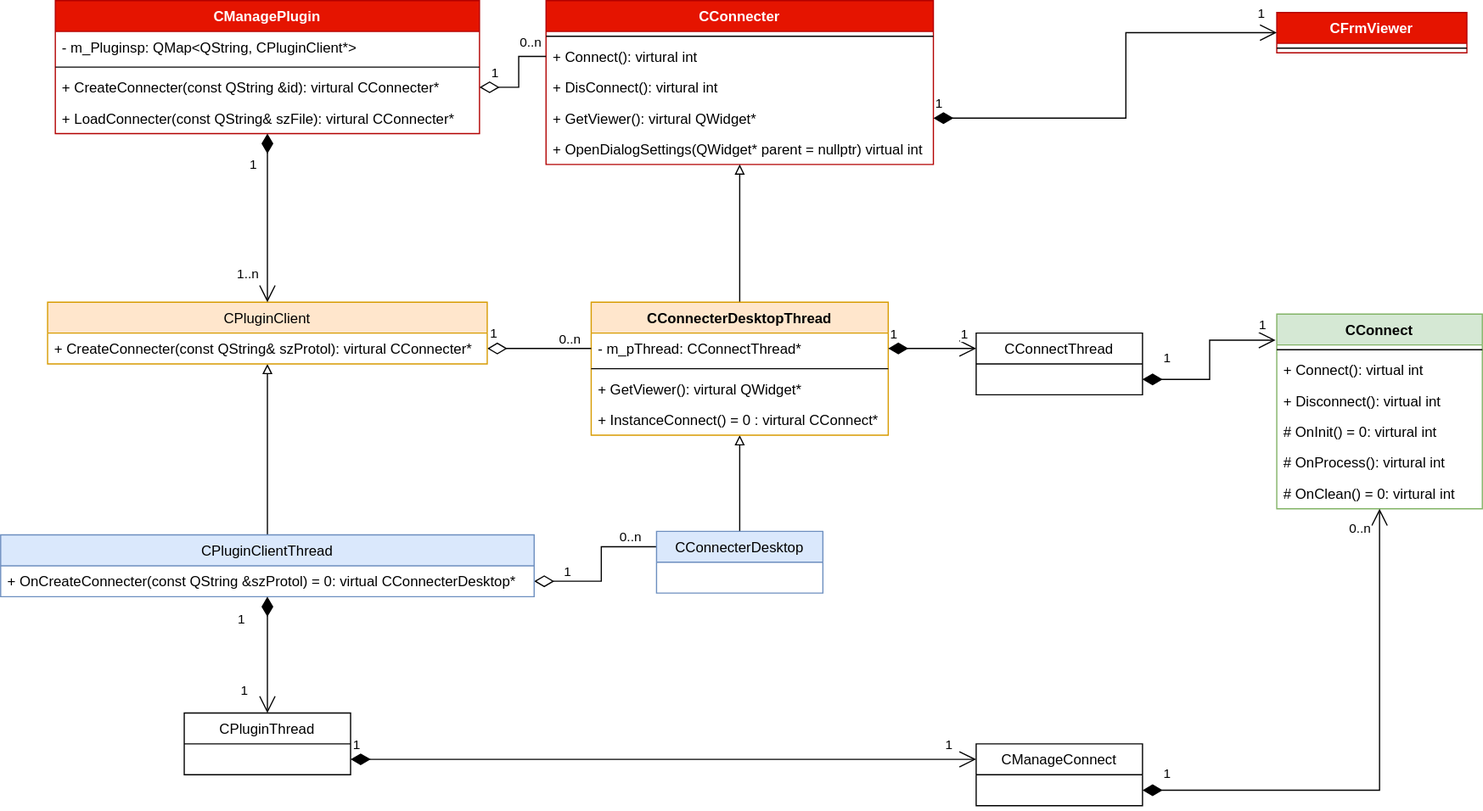
Above: docs/Image/PluginClientAPI.svg in KangLin/RabbitRemoteControl (draw.io), before the change. Source tidied: cells renumbered, new cells last; positions are measured from the earlier drawing's top-left corner, leaving out a move shared by most shapes. Source of this version:
```xml
<mxGraphModel>
  <root>
    <mxCell id="0" />
    <mxCell id="1" parent="0" />
    <mxCell id="2" value="CManagePlugin" style="swimlane;fontStyle=1;align=center;verticalAlign=top;horizontal=1;startSize=26;fillColor=#e51400;fontColor=#ffffff;strokeColor=#B20000;" parent="1" vertex="1">
      <mxGeometry x="46" width="357" height="112" as="geometry" />
    </mxCell>
    <mxCell id="3" value="- m_Pluginsp: QMap&lt;QString, CPluginViewer*&gt;" style="text;strokeColor=none;fillColor=none;align=left;verticalAlign=top;spacingLeft=4;spacingRight=4;overflow=hidden;" parent="2" vertex="1">
      <mxGeometry y="26" width="357" height="26" as="geometry" />
    </mxCell>
    <mxCell id="4" style="line;strokeWidth=1;fillColor=none;align=left;verticalAlign=middle;spacingTop=-1;spacingLeft=3;spacingRight=3;labelPosition=right;" parent="2" vertex="1">
      <mxGeometry y="52" width="357" height="8" as="geometry" />
    </mxCell>
    <mxCell id="5" value="+ CreateConnecter(const QString &amp;id): virtural  CConnecter*" style="text;strokeColor=none;fillColor=none;align=left;verticalAlign=top;spacingLeft=4;spacingRight=4;overflow=hidden;points=[[0,0.5],[1,0.5]];portConstraint=eastwest;" parent="2" vertex="1">
      <mxGeometry y="60" width="357" height="26" as="geometry" />
    </mxCell>
    <mxCell id="6" value="+ LoadConnecter(const QString&amp; szFile): virtural  CConnecter*" style="text;strokeColor=none;fillColor=none;align=left;verticalAlign=top;spacingLeft=4;spacingRight=4;overflow=hidden;" parent="2" vertex="1">
      <mxGeometry y="86" width="357" height="26" as="geometry" />
    </mxCell>
    <mxCell id="7" value="CConnecter" style="swimlane;fontStyle=1;align=center;verticalAlign=top;horizontal=1;startSize=26;fillColor=#e51400;fontColor=#ffffff;strokeColor=#B20000;" parent="1" vertex="1">
      <mxGeometry x="459" width="326" height="138" as="geometry" />
    </mxCell>
    <mxCell id="8" style="line;strokeWidth=1;fillColor=none;align=left;verticalAlign=middle;spacingTop=-1;spacingLeft=3;spacingRight=3;labelPosition=right;" parent="7" vertex="1">
      <mxGeometry y="26" width="326" height="8" as="geometry" />
    </mxCell>
    <mxCell id="9" value="+ Connect(): virtural int" style="text;strokeColor=none;fillColor=none;align=left;verticalAlign=top;spacingLeft=4;spacingRight=4;overflow=hidden;points=[[0,0.5],[1,0.5]];portConstraint=eastwest;" parent="7" vertex="1">
      <mxGeometry y="34" width="326" height="26" as="geometry" />
    </mxCell>
    <mxCell id="10" value="+ DisConnect(): virtural  int" style="text;strokeColor=none;fillColor=none;align=left;verticalAlign=top;spacingLeft=4;spacingRight=4;overflow=hidden;" parent="7" vertex="1">
      <mxGeometry y="60" width="326" height="26" as="geometry" />
    </mxCell>
    <mxCell id="11" value="+ GetViewer(): virtural  QWidget*" style="text;strokeColor=none;fillColor=none;align=left;verticalAlign=top;spacingLeft=4;spacingRight=4;overflow=hidden;points=[[0,0.5],[1,0.5]];portConstraint=eastwest;" parent="7" vertex="1">
      <mxGeometry y="86" width="326" height="26" as="geometry" />
    </mxCell>
    <mxCell id="12" value="+ OpenDialogSettings(QWidget* parent = nullptr) virtual int" style="text;strokeColor=none;fillColor=none;align=left;verticalAlign=top;spacingLeft=4;spacingRight=4;overflow=hidden;" parent="7" vertex="1">
      <mxGeometry y="112" width="326" height="26" as="geometry" />
    </mxCell>
    <mxCell id="13" style="edgeStyle=orthogonalEdgeStyle;rounded=0;jettySize=auto;html=1;entryX=0.5;entryY=1;entryDx=0;entryDy=0;endArrow=block;endFill=0;" parent="1" edge="1" source="15" target="7">
      <mxGeometry relative="1" as="geometry" />
    </mxCell>
    <mxCell id="14" style="edgeStyle=orthogonalEdgeStyle;rounded=0;jettySize=auto;html=1;entryX=0.5;entryY=0;entryDx=0;entryDy=0;startArrow=block;startFill=0;endArrow=none;endFill=0;" parent="1" edge="1" source="15" target="41">
      <mxGeometry relative="1" as="geometry" />
    </mxCell>
    <mxCell id="15" value="CConnecterDesktopThread&#10;" style="swimlane;fontStyle=1;align=center;verticalAlign=top;horizontal=1;startSize=26;fillColor=#ffe6cc;strokeColor=#d79b00;" parent="1" vertex="1">
      <mxGeometry x="497" y="254" width="250" height="112" as="geometry" />
    </mxCell>
    <mxCell id="16" value="- m_pThread: CConnectThread*" style="text;strokeColor=none;fillColor=none;align=left;verticalAlign=top;spacingLeft=4;spacingRight=4;overflow=hidden;points=[[0,0.5],[1,0.5]];portConstraint=eastwest;" parent="15" vertex="1">
      <mxGeometry y="26" width="250" height="26" as="geometry" />
    </mxCell>
    <mxCell id="17" style="line;strokeWidth=1;fillColor=none;align=left;verticalAlign=middle;spacingTop=-1;spacingLeft=3;spacingRight=3;labelPosition=right;" parent="15" vertex="1">
      <mxGeometry y="52" width="250" height="8" as="geometry" />
    </mxCell>
    <mxCell id="18" value="+ GetViewer(): virtural QWidget*" style="text;strokeColor=none;fillColor=none;align=left;verticalAlign=top;spacingLeft=4;spacingRight=4;overflow=hidden;" parent="15" vertex="1">
      <mxGeometry y="60" width="250" height="26" as="geometry" />
    </mxCell>
    <mxCell id="19" value="+ InstanceConnect() = 0 : virtural CConnect*" style="text;strokeColor=none;fillColor=none;align=left;verticalAlign=top;spacingLeft=4;spacingRight=4;overflow=hidden;" parent="15" vertex="1">
      <mxGeometry y="86" width="250" height="26" as="geometry" />
    </mxCell>
    <mxCell id="20" value="CFrmViewer" style="swimlane;fontStyle=1;align=center;verticalAlign=top;horizontal=1;startSize=26;fillColor=#e51400;fontColor=#ffffff;strokeColor=#B20000;" parent="1" vertex="1">
      <mxGeometry x="1074" y="10" width="160" height="34" as="geometry" />
    </mxCell>
    <mxCell id="21" style="line;strokeWidth=1;fillColor=none;align=left;verticalAlign=middle;spacingTop=-1;spacingLeft=3;spacingRight=3;labelPosition=right;" parent="20" vertex="1">
      <mxGeometry y="26" width="160" height="8" as="geometry" />
    </mxCell>
    <mxCell id="22" value="CConnect" style="swimlane;fontStyle=1;align=center;verticalAlign=top;horizontal=1;startSize=26;fillColor=#d5e8d4;strokeColor=#82b366;" parent="1" vertex="1">
      <mxGeometry x="1074" y="264" width="173" height="164" as="geometry" />
    </mxCell>
    <mxCell id="23" style="line;strokeWidth=1;fillColor=none;align=left;verticalAlign=middle;spacingTop=-1;spacingLeft=3;spacingRight=3;labelPosition=right;" parent="22" vertex="1">
      <mxGeometry y="26" width="173" height="8" as="geometry" />
    </mxCell>
    <mxCell id="24" value="+ Connect():  virtual int" style="text;strokeColor=none;fillColor=none;align=left;verticalAlign=top;spacingLeft=4;spacingRight=4;overflow=hidden;" parent="22" vertex="1">
      <mxGeometry y="34" width="173" height="26" as="geometry" />
    </mxCell>
    <mxCell id="25" value="+ Disconnect():  virtual int" style="text;strokeColor=none;fillColor=none;align=left;verticalAlign=top;spacingLeft=4;spacingRight=4;overflow=hidden;" parent="22" vertex="1">
      <mxGeometry y="60" width="173" height="26" as="geometry" />
    </mxCell>
    <mxCell id="26" value="# OnInit() = 0: virtural  int" style="text;strokeColor=none;fillColor=none;align=left;verticalAlign=top;spacingLeft=4;spacingRight=4;overflow=hidden;" parent="22" vertex="1">
      <mxGeometry y="86" width="173" height="26" as="geometry" />
    </mxCell>
    <mxCell id="27" value="# OnProcess(): virtural  int" style="text;strokeColor=none;fillColor=none;align=left;verticalAlign=top;spacingLeft=4;spacingRight=4;overflow=hidden;" parent="22" vertex="1">
      <mxGeometry y="112" width="173" height="26" as="geometry" />
    </mxCell>
    <mxCell id="28" value="# OnClean() = 0: virtural int" style="text;strokeColor=none;fillColor=none;align=left;verticalAlign=top;spacingLeft=4;spacingRight=4;overflow=hidden;" parent="22" vertex="1">
      <mxGeometry y="138" width="173" height="26" as="geometry" />
    </mxCell>
    <mxCell id="29" style="edgeStyle=orthogonalEdgeStyle;rounded=0;jettySize=auto;html=1;startArrow=diamondThin;startFill=0;endArrow=none;endFill=0;exitX=1;exitY=0.5;exitDx=0;exitDy=0;startSize=14;entryX=0;entryY=0.5;entryDx=0;entryDy=0;" parent="1" edge="1" source="34" target="16">
      <mxGeometry relative="1" as="geometry">
        <Array as="points">
          <mxPoint x="467" y="293" />
          <mxPoint x="467" y="293" />
        </Array>
      </mxGeometry>
    </mxCell>
    <mxCell id="30" value="&lt;div&gt;1&lt;/div&gt;" style="edgeLabel;html=1;align=center;verticalAlign=middle;" parent="29" vertex="1">
      <mxGeometry x="-0.89" y="1" relative="1" as="geometry">
        <mxPoint y="-13" as="offset" />
      </mxGeometry>
    </mxCell>
    <mxCell id="31" value="0..n" style="edgeLabel;html=1;align=center;verticalAlign=middle;" parent="29" vertex="1">
      <mxGeometry x="0.87" y="1" relative="1" as="geometry">
        <mxPoint x="-13" y="-8" as="offset" />
      </mxGeometry>
    </mxCell>
    <mxCell id="32" style="edgeStyle=orthogonalEdgeStyle;rounded=0;jettySize=auto;html=1;entryX=0.5;entryY=0;entryDx=0;entryDy=0;endArrow=none;endFill=0;startArrow=block;startFill=0;" parent="1" edge="1" source="33" target="39">
      <mxGeometry relative="1" as="geometry" />
    </mxCell>
    <mxCell id="33" value="CPluginViewer" style="swimlane;fontStyle=0;horizontal=1;startSize=26;fillColor=#ffe6cc;strokeColor=#d79b00;" parent="1" vertex="1">
      <mxGeometry x="39.5" y="254" width="370" height="52" as="geometry" />
    </mxCell>
    <mxCell id="34" value="+ CreateConnecter(const QString&amp; szProtol): virtural CConnecter*&#10;" style="text;strokeColor=none;fillColor=none;align=left;verticalAlign=top;spacingLeft=4;spacingRight=4;overflow=hidden;points=[[0,0.5],[1,0.5]];portConstraint=eastwest;" parent="33" vertex="1">
      <mxGeometry y="26" width="370" height="26" as="geometry" />
    </mxCell>
    <mxCell id="35" value="CConnectThread" style="swimlane;fontStyle=0;horizontal=1;startSize=26;fillColor=none;" parent="1" vertex="1">
      <mxGeometry x="821" y="280" width="140" height="52" as="geometry" />
    </mxCell>
    <mxCell id="36" style="edgeStyle=orthogonalEdgeStyle;rounded=0;jettySize=auto;html=1;entryX=0;entryY=0.25;entryDx=0;entryDy=0;startArrow=diamondThin;startFill=0;endArrow=none;endFill=0;exitX=1;exitY=0.5;exitDx=0;exitDy=0;startSize=14;endSize=12;" parent="1" edge="1" source="40" target="41">
      <mxGeometry relative="1" as="geometry" />
    </mxCell>
    <mxCell id="37" value="1" style="edgeLabel;html=1;align=center;verticalAlign=middle;" parent="36" vertex="1">
      <mxGeometry x="-0.68" y="1" relative="1" as="geometry">
        <mxPoint x="6" y="-8" as="offset" />
      </mxGeometry>
    </mxCell>
    <mxCell id="38" value="0..n" style="edgeLabel;html=1;align=center;verticalAlign=middle;" parent="36" vertex="1">
      <mxGeometry x="0.8" relative="1" as="geometry">
        <mxPoint x="-10" y="-9" as="offset" />
      </mxGeometry>
    </mxCell>
    <mxCell id="39" value="CPluginViewerThread" style="swimlane;fontStyle=0;horizontal=1;startSize=26;fillColor=#dae8fc;strokeColor=#6c8ebf;" parent="1" vertex="1">
      <mxGeometry y="450" width="449" height="52" as="geometry" />
    </mxCell>
    <mxCell id="40" value="+ OnCreateConnecter(const QString &amp;szProtol) = 0: virtual CConnecterDesktop* " style="text;strokeColor=none;fillColor=none;align=left;verticalAlign=top;spacingLeft=4;spacingRight=4;overflow=hidden;points=[[0,0.5],[1,0.5]];portConstraint=eastwest;" parent="39" vertex="1">
      <mxGeometry y="26" width="449" height="26" as="geometry" />
    </mxCell>
    <mxCell id="41" value="CConnecterDesktop" style="swimlane;fontStyle=0;horizontal=1;startSize=26;fillColor=#dae8fc;strokeColor=#6c8ebf;" parent="1" vertex="1">
      <mxGeometry x="552" y="447" width="140" height="52" as="geometry" />
    </mxCell>
    <mxCell id="42" value="CPluginThread" style="swimlane;fontStyle=0;horizontal=1;startSize=26;fillColor=none;" parent="1" vertex="1">
      <mxGeometry x="154.5" y="600" width="140" height="52" as="geometry" />
    </mxCell>
    <mxCell id="43" value="CManageConnect" style="swimlane;fontStyle=0;horizontal=1;startSize=26;fillColor=none;" parent="1" vertex="1">
      <mxGeometry x="821" y="626" width="140" height="52" as="geometry" />
    </mxCell>
    <mxCell id="44" style="edgeStyle=orthogonalEdgeStyle;rounded=0;jettySize=auto;html=1;entryX=0;entryY=0.5;entryDx=0;entryDy=0;endArrow=none;endFill=0;startArrow=diamondThin;startFill=0;startSize=14;endSize=12;" parent="1" edge="1" source="5" target="9">
      <mxGeometry relative="1" as="geometry" />
    </mxCell>
    <mxCell id="45" value="1" style="edgeLabel;html=1;align=center;verticalAlign=middle;" parent="44" vertex="1">
      <mxGeometry x="-0.7" relative="1" as="geometry">
        <mxPoint y="-13" as="offset" />
      </mxGeometry>
    </mxCell>
    <mxCell id="46" value="0..n" style="edgeLabel;html=1;align=center;verticalAlign=middle;" parent="44" vertex="1">
      <mxGeometry x="0.74" relative="1" as="geometry">
        <mxPoint x="-3" y="-13" as="offset" />
      </mxGeometry>
    </mxCell>
    <mxCell id="47" value="1" style="endArrow=open;html=1;endSize=12;startArrow=diamondThin;startSize=14;startFill=1;edgeStyle=orthogonalEdgeStyle;align=left;verticalAlign=bottom;rounded=0;exitX=1;exitY=0.5;exitDx=0;exitDy=0;entryX=0;entryY=0.25;entryDx=0;entryDy=0;" parent="1" edge="1" source="16" target="35">
      <mxGeometry x="-1" y="3" relative="1" as="geometry" />
    </mxCell>
    <mxCell id="48" value="1" style="edgeLabel;html=1;align=center;verticalAlign=middle;" parent="47" vertex="1">
      <mxGeometry x="0.71" y="-1" relative="1" as="geometry">
        <mxPoint y="-14" as="offset" />
      </mxGeometry>
    </mxCell>
    <mxCell id="49" value="1" style="endArrow=open;html=1;endSize=12;startArrow=diamondThin;startSize=14;startFill=1;edgeStyle=orthogonalEdgeStyle;align=left;verticalAlign=bottom;rounded=0;exitX=1;exitY=0.75;exitDx=0;exitDy=0;" parent="1" edge="1" source="43" target="22">
      <mxGeometry x="-0.93" y="5" relative="1" as="geometry" />
    </mxCell>
    <mxCell id="50" value="&lt;div&gt;0..n&lt;/div&gt;" style="edgeLabel;html=1;align=center;verticalAlign=middle;" parent="49" vertex="1">
      <mxGeometry x="0.93" y="1" relative="1" as="geometry">
        <mxPoint x="-16" as="offset" />
      </mxGeometry>
    </mxCell>
    <mxCell id="51" value="1" style="endArrow=open;html=1;endSize=12;startArrow=diamondThin;startSize=14;startFill=1;edgeStyle=orthogonalEdgeStyle;align=left;verticalAlign=bottom;rounded=0;exitX=1;exitY=0.75;exitDx=0;exitDy=0;entryX=-0.006;entryY=0.134;entryDx=0;entryDy=0;entryPerimeter=0;" parent="1" edge="1" source="35" target="22">
      <mxGeometry x="-0.78" y="9" relative="1" as="geometry" />
    </mxCell>
    <mxCell id="52" value="1" style="edgeLabel;html=1;align=center;verticalAlign=middle;" parent="51" vertex="1">
      <mxGeometry x="0.83" y="-2" relative="1" as="geometry">
        <mxPoint y="-15" as="offset" />
      </mxGeometry>
    </mxCell>
    <mxCell id="53" value="1" style="endArrow=open;html=1;endSize=12;startArrow=diamondThin;startSize=14;startFill=1;edgeStyle=orthogonalEdgeStyle;align=left;verticalAlign=bottom;rounded=0;exitX=1;exitY=0.5;exitDx=0;exitDy=0;entryX=0;entryY=0.5;entryDx=0;entryDy=0;" parent="1" edge="1" source="11" target="20">
      <mxGeometry x="-1" y="3" relative="1" as="geometry">
        <Array as="points">
          <mxPoint x="947" y="99" />
          <mxPoint x="947" y="27" />
        </Array>
      </mxGeometry>
    </mxCell>
    <mxCell id="54" value="1" style="edgeLabel;html=1;align=center;verticalAlign=middle;" parent="53" vertex="1">
      <mxGeometry x="0.92" relative="1" as="geometry">
        <mxPoint y="-17" as="offset" />
      </mxGeometry>
    </mxCell>
    <mxCell id="55" value="1" style="endArrow=open;html=1;endSize=12;startArrow=diamondThin;startSize=14;startFill=1;edgeStyle=orthogonalEdgeStyle;align=left;verticalAlign=bottom;rounded=0;exitX=1;exitY=0.75;exitDx=0;exitDy=0;entryX=0;entryY=0.25;entryDx=0;entryDy=0;" parent="1" edge="1" source="42" target="43">
      <mxGeometry x="-1" y="3" relative="1" as="geometry" />
    </mxCell>
    <mxCell id="56" value="1" style="edgeLabel;html=1;align=center;verticalAlign=middle;" parent="55" vertex="1">
      <mxGeometry x="0.91" y="-1" relative="1" as="geometry">
        <mxPoint y="-14" as="offset" />
      </mxGeometry>
    </mxCell>
    <mxCell id="57" value="1" style="endArrow=open;html=1;endSize=12;startArrow=diamondThin;startSize=14;startFill=1;edgeStyle=orthogonalEdgeStyle;align=left;verticalAlign=bottom;rounded=0;entryX=0.5;entryY=0;entryDx=0;entryDy=0;" parent="1" edge="1" source="39" target="42">
      <mxGeometry x="-0.43" y="-27" relative="1" as="geometry" />
    </mxCell>
    <mxCell id="58" value="1" style="edgeLabel;html=1;align=center;verticalAlign=middle;" parent="57" vertex="1">
      <mxGeometry x="0.77" y="-1" relative="1" as="geometry">
        <mxPoint x="-19" y="-9" as="offset" />
      </mxGeometry>
    </mxCell>
    <mxCell id="59" value="1" style="endArrow=open;html=1;endSize=12;startArrow=diamondThin;startSize=14;startFill=1;edgeStyle=orthogonalEdgeStyle;align=left;verticalAlign=bottom;rounded=0;exitX=0.5;exitY=1;exitDx=0;exitDy=0;entryX=0.5;entryY=0;entryDx=0;entryDy=0;" parent="1" edge="1" source="2" target="33">
      <mxGeometry x="-0.5" y="-17" relative="1" as="geometry" />
    </mxCell>
    <mxCell id="60" value="1..n" style="edgeLabel;html=1;align=center;verticalAlign=middle;" parent="59" vertex="1">
      <mxGeometry x="0.65" relative="1" as="geometry">
        <mxPoint x="-17" as="offset" />
      </mxGeometry>
    </mxCell>
  </root>
</mxGraphModel>
```
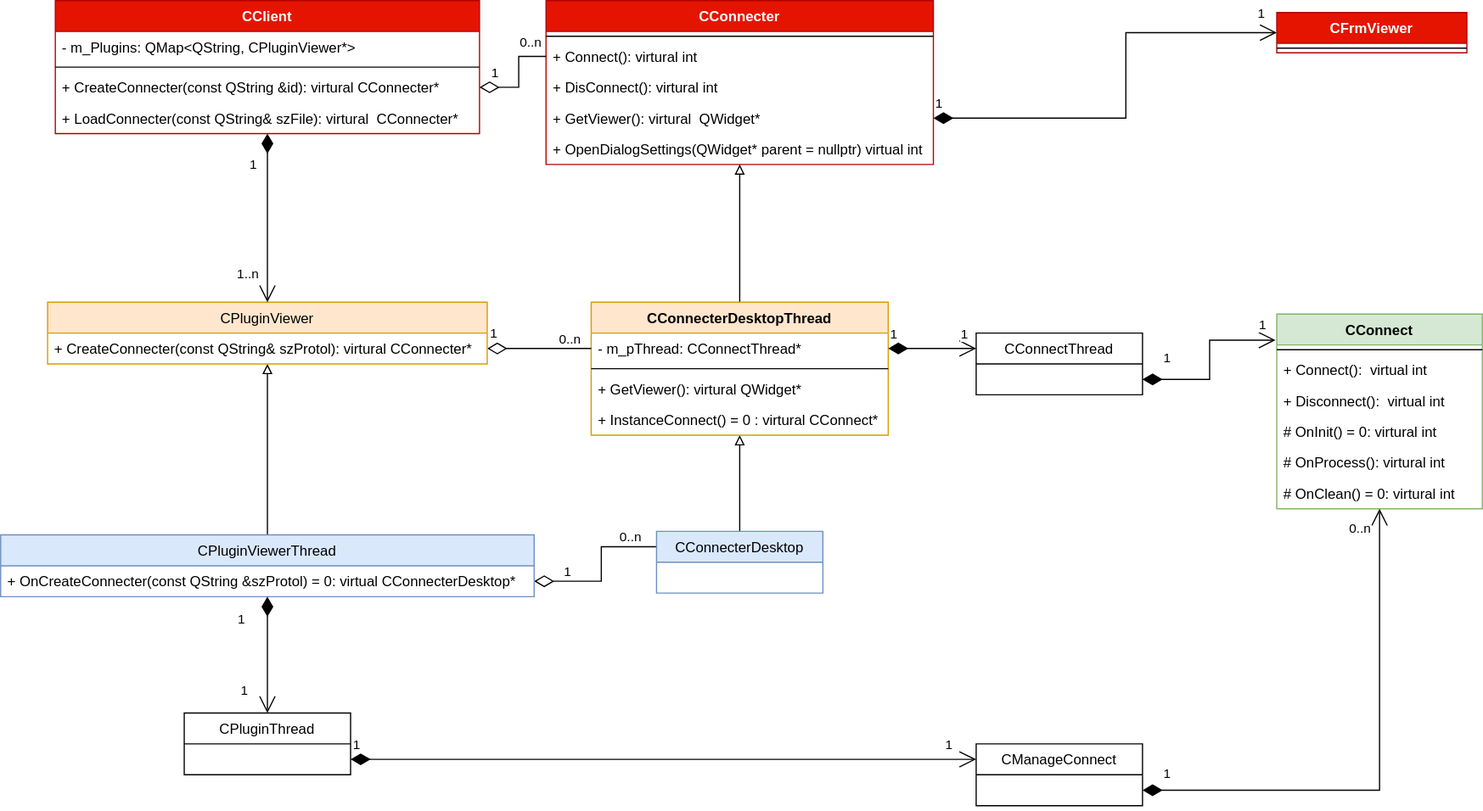
After the commit.

Diff of the diagram source:
```diff
@@ -2,10 +2,10 @@
   <root>
     <mxCell id="0" />
     <mxCell id="1" parent="0" />
-    <mxCell id="2" value="CManagePlugin" style="swimlane;fontStyle=1;align=center;verticalAlign=top;horizontal=1;startSize=26;fillColor=#e51400;fontColor=#ffffff;strokeColor=#B20000;" parent="1" vertex="1">
+    <mxCell id="2" value="CClient" style="swimlane;fontStyle=1;align=center;verticalAlign=top;horizontal=1;startSize=26;fillColor=#e51400;fontColor=#ffffff;strokeColor=#B20000;" parent="1" vertex="1">
       <mxGeometry x="46" width="357" height="112" as="geometry" />
     </mxCell>
-    <mxCell id="3" value="- m_Pluginsp: QMap&lt;QString, CPluginViewer*&gt;" style="text;strokeColor=none;fillColor=none;align=left;verticalAlign=top;spacingLeft=4;spacingRight=4;overflow=hidden;" parent="2" vertex="1">
+    <mxCell id="3" value="- m_Plugins: QMap&lt;QString, CPluginViewer*&gt;" style="text;strokeColor=none;fillColor=none;align=left;verticalAlign=top;spacingLeft=4;spacingRight=4;overflow=hidden;" parent="2" vertex="1">
       <mxGeometry y="26" width="357" height="26" as="geometry" />
     </mxCell>
     <mxCell id="4" style="line;strokeWidth=1;fillColor=none;align=left;verticalAlign=middle;spacingTop=-1;spacingLeft=3;spacingRight=3;labelPosition=right;" parent="2" vertex="1">
```
